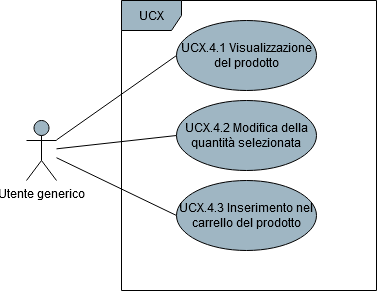
Before: DocumentazioneEsterna/AnalisiDeiRequisiti/res/UseCase/Immagini/PaginaDelProdotto.png, a diagram exported from draw.io (Omicron-Team/Documentazione). Source tidied: cells renumbered, new cells last; positions are measured from the earlier drawing's top-left corner, leaving out a move shared by most shapes.
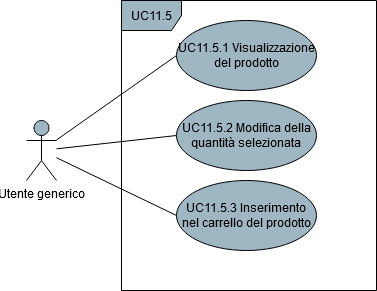
After the change.

Change to the diagram source:
```diff
@@ -14,16 +14,16 @@
     <mxCell id="5" value="Utente generico" style="shape=umlActor;verticalLabelPosition=bottom;verticalAlign=top;html=1;fillColor=#9FB6C3;" parent="1" vertex="1">
       <mxGeometry y="120" width="30" height="60" as="geometry" />
     </mxCell>
-    <mxCell id="6" value="UCX" style="shape=umlFrame;whiteSpace=wrap;html=1;fillColor=#9FB6C3;" parent="1" vertex="1">
+    <mxCell id="6" value="UC11.5" style="shape=umlFrame;whiteSpace=wrap;html=1;fillColor=#9FB6C3;" parent="1" vertex="1">
       <mxGeometry x="95" width="255" height="290" as="geometry" />
     </mxCell>
-    <mxCell id="7" value="UCX.4.1 Visualizzazione del prodotto" style="ellipse;whiteSpace=wrap;html=1;fillColor=#9FB6C3;" parent="1" vertex="1">
+    <mxCell id="7" value="UC11.5.1 Visualizzazione del prodotto" style="ellipse;whiteSpace=wrap;html=1;fillColor=#9FB6C3;" parent="1" vertex="1">
       <mxGeometry x="150" y="20" width="140" height="70" as="geometry" />
     </mxCell>
-    <mxCell id="8" value="UCX.4.2 Modifica della quantità selezionata" style="ellipse;whiteSpace=wrap;html=1;fillColor=#9FB6C3;" parent="1" vertex="1">
+    <mxCell id="8" value="UC11.5.2 Modifica della quantità selezionata" style="ellipse;whiteSpace=wrap;html=1;fillColor=#9FB6C3;" parent="1" vertex="1">
       <mxGeometry x="150" y="100" width="140" height="70" as="geometry" />
     </mxCell>
-    <mxCell id="9" value="UCX.4.3 Inserimento nel carrello del prodotto" style="ellipse;whiteSpace=wrap;html=1;fillColor=#9FB6C3;" parent="1" vertex="1">
+    <mxCell id="9" value="UC11.5.3 Inserimento nel carrello del prodotto" style="ellipse;whiteSpace=wrap;html=1;fillColor=#9FB6C3;" parent="1" vertex="1">
       <mxGeometry x="150" y="180" width="140" height="70" as="geometry" />
     </mxCell>
   </root>
```
